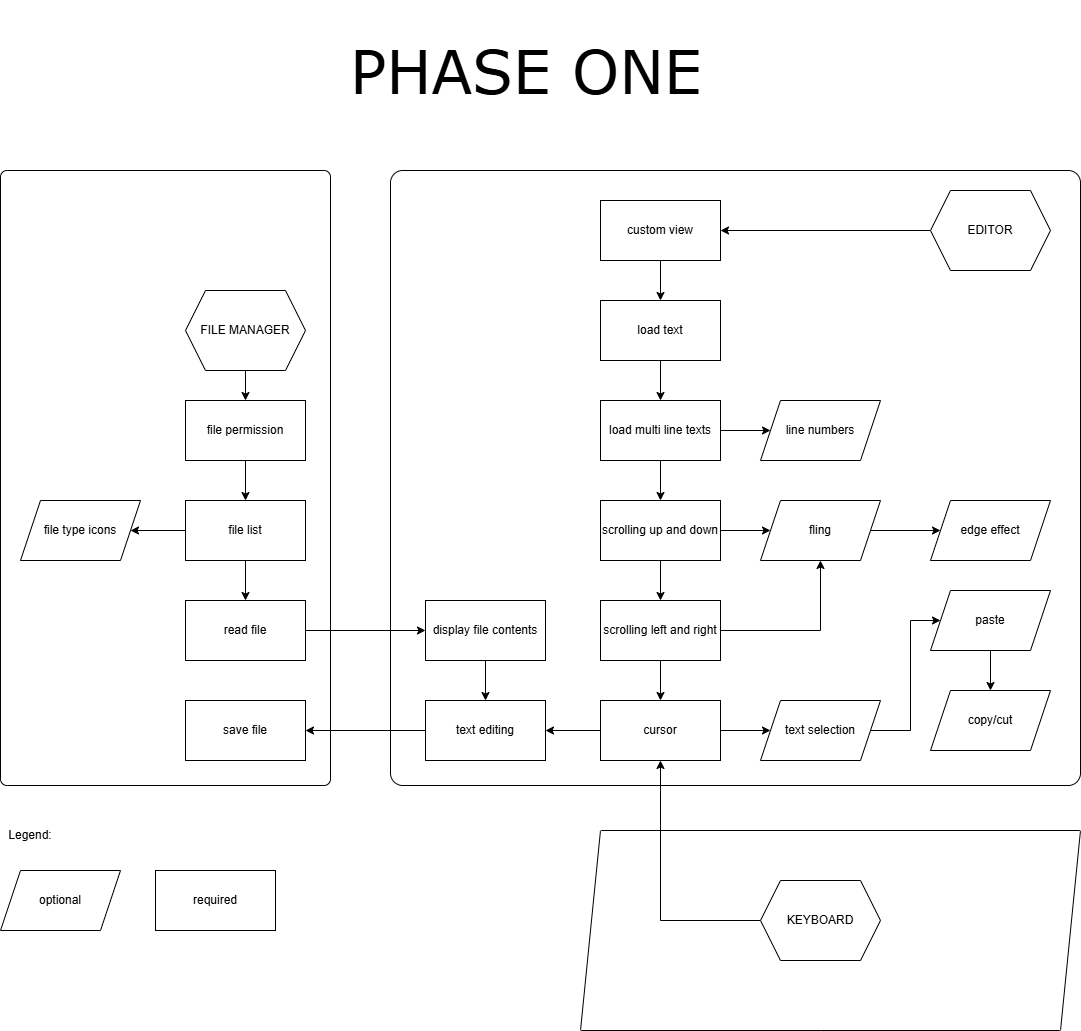
The draw.io diagram flowchart.drawio.png in IMOitself/peanut-editor, before a commit. Source tidied: cells renumbered, new cells last; positions are measured from the earlier drawing's top-left corner, leaving out a move shared by most shapes.
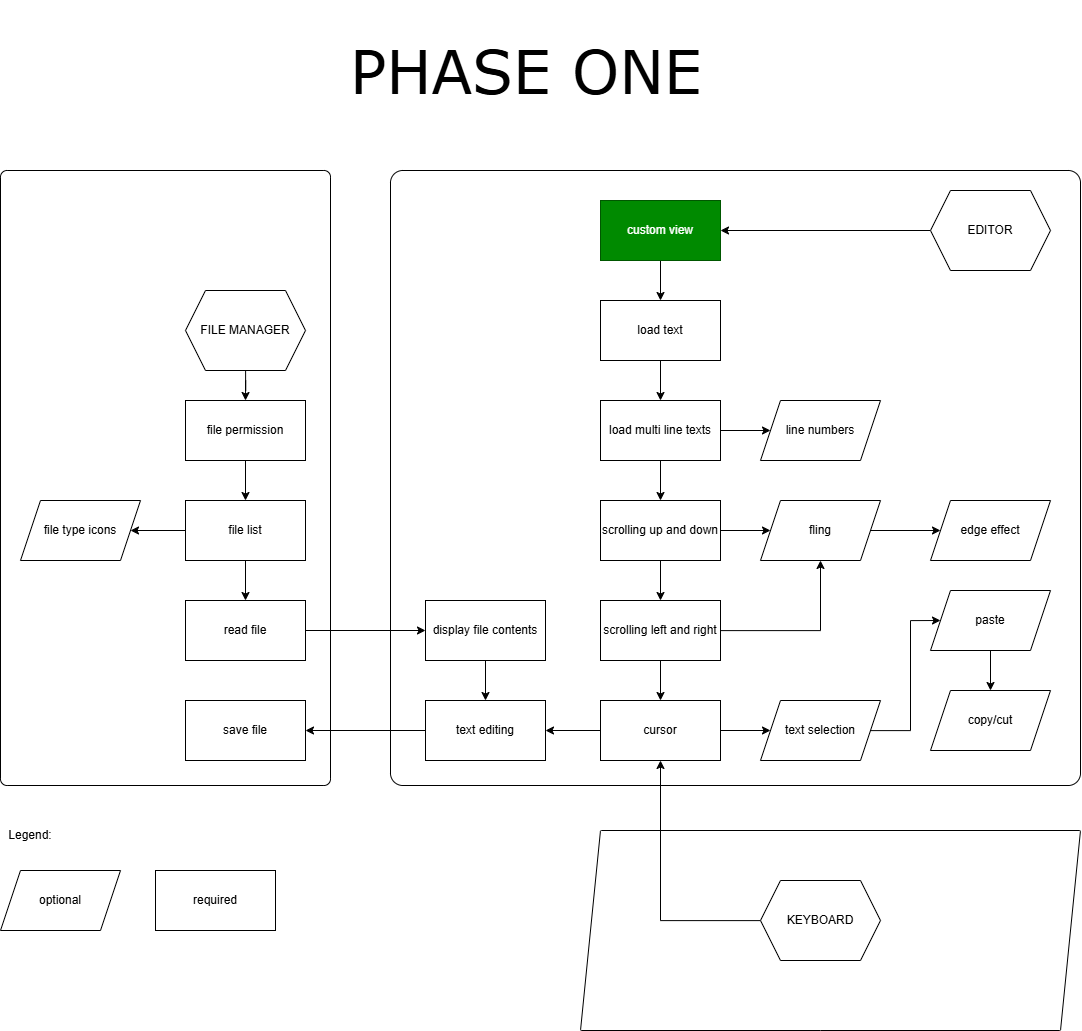
Later version of the same file.

Diff of the diagram source:
```diff
@@ -44,7 +44,7 @@
     <mxCell id="15" style="edgeStyle=orthogonalEdgeStyle;rounded=0;jettySize=auto;html=1;entryX=0.5;entryY=0;entryDx=0;entryDy=0;" parent="1" edge="1" source="16" target="18">
       <mxGeometry relative="1" as="geometry" />
     </mxCell>
-    <mxCell id="16" value="custom view" style="rounded=0;whiteSpace=wrap;html=1;" parent="1" vertex="1">
+    <mxCell id="16" value="custom view" style="rounded=0;whiteSpace=wrap;html=1;fillColor=#008a00;fontColor=#ffffff;strokeColor=#005700;" parent="1" vertex="1">
       <mxGeometry x="600" y="200" width="120" height="60" as="geometry" />
     </mxCell>
     <mxCell id="17" style="edgeStyle=orthogonalEdgeStyle;rounded=0;jettySize=auto;html=1;entryX=0.5;entryY=0;entryDx=0;entryDy=0;" parent="1" edge="1" source="18" target="21">
```
